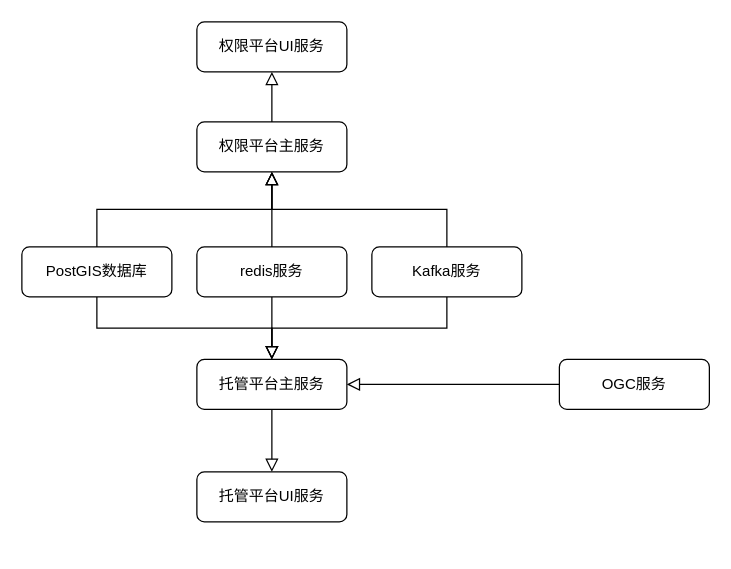
ninexy/SpringcloudConfig-1 keeps this draw.io diagram as spatial-data-manager-docker.drawio. Above is the earlier version. Source tidied: cells renumbered, new cells numbered last; positions are measured from the earlier drawing's top-left corner, leaving out a move shared by most shapes. Both pictures are drawn from the tidied source at 125%, with x=0, y=0 at pixel (21, 21).
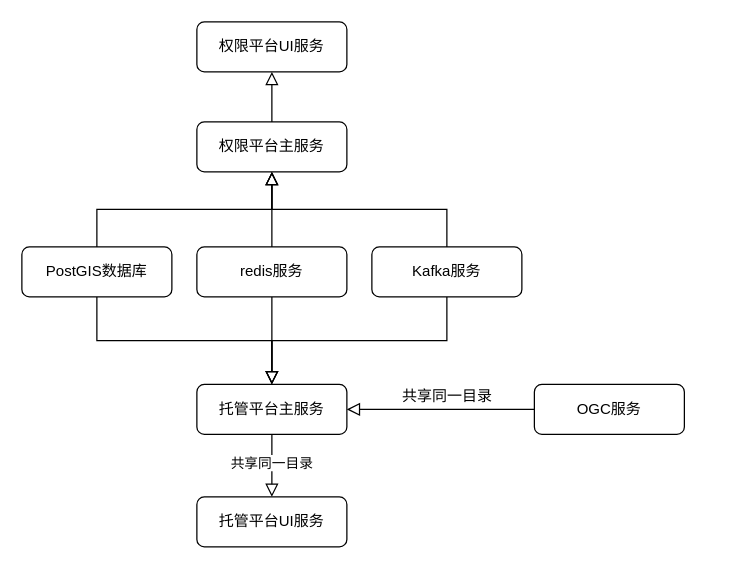
Above is the later version.

Unchanged cells that the change refers to:
```xml
<mxCell id="2" style="rounded=0;html=1;jettySize=auto;fontSize=11;endArrow=block;endFill=0;endSize=8;strokeWidth=1;shadow=0;labelBackgroundColor=none;edgeStyle=orthogonalEdgeStyle;exitX=0.5;exitY=1;exitDx=0;exitDy=0;entryX=0.5;entryY=0;entryDx=0;entryDy=0;" parent="1" edge="1" source="4" target="3">
  <mxGeometry relative="1" as="geometry" />
</mxCell>
```

Diff of the diagram source:
```diff
@@
+    <mxCell id="19" value="共享同一目录" style="edgeLabel;html=1;align=center;verticalAlign=middle;" parent="2" vertex="1">
+      <mxGeometry x="-0.12" y="-1" relative="1" as="geometry" />
+    </mxCell>
     <mxCell id="3" value="托管平台UI服务" style="rounded=1;whiteSpace=wrap;html=1;fontSize=12;glass=0;strokeWidth=1;shadow=0;" parent="1" vertex="1">
-      <mxGeometry x="140" y="360" width="120" height="40" as="geometry" />
+      <mxGeometry x="140" y="380" width="120" height="40" as="geometry" />
     </mxCell>
     <mxCell id="4" value="托管平台主服务" style="rounded=1;whiteSpace=wrap;html=1;fontSize=12;glass=0;strokeWidth=1;shadow=0;" parent="1" vertex="1">
-      <mxGeometry x="140" y="270" width="120" height="40" as="geometry" />
+      <mxGeometry x="140" y="290" width="120" height="40" as="geometry" />
     </mxCell>
@@
     <mxCell id="15" value="OGC服务" style="rounded=1;whiteSpace=wrap;html=1;fontSize=12;glass=0;strokeWidth=1;shadow=0;" parent="1" vertex="1">
-      <mxGeometry x="430" y="270" width="120" height="40" as="geometry" />
+      <mxGeometry x="410" y="290" width="120" height="40" as="geometry" />
     </mxCell>
@@
+    <mxCell id="20" value="共享同一目录" style="text;html=1;align=center;verticalAlign=middle;" parent="1" vertex="1">
+      <mxGeometry x="295" y="290" width="90" height="20" as="geometry" />
+    </mxCell>
```
